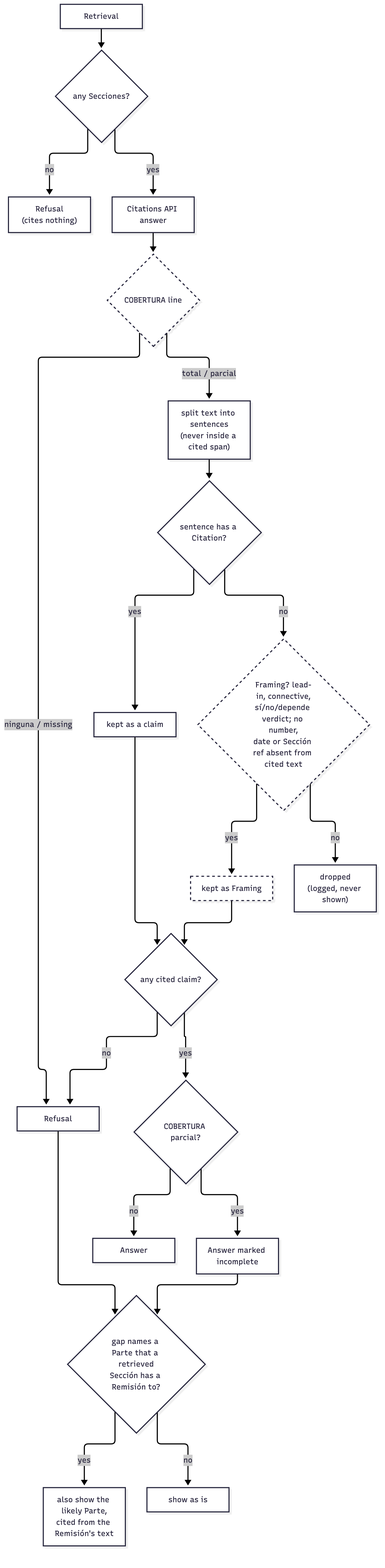
Before: docs/diagrams/grounding.png, a diagram exported from Mermaid (Guernik/raac-rag). Its source is kept beside it as docs/diagrams/grounding.mmd.
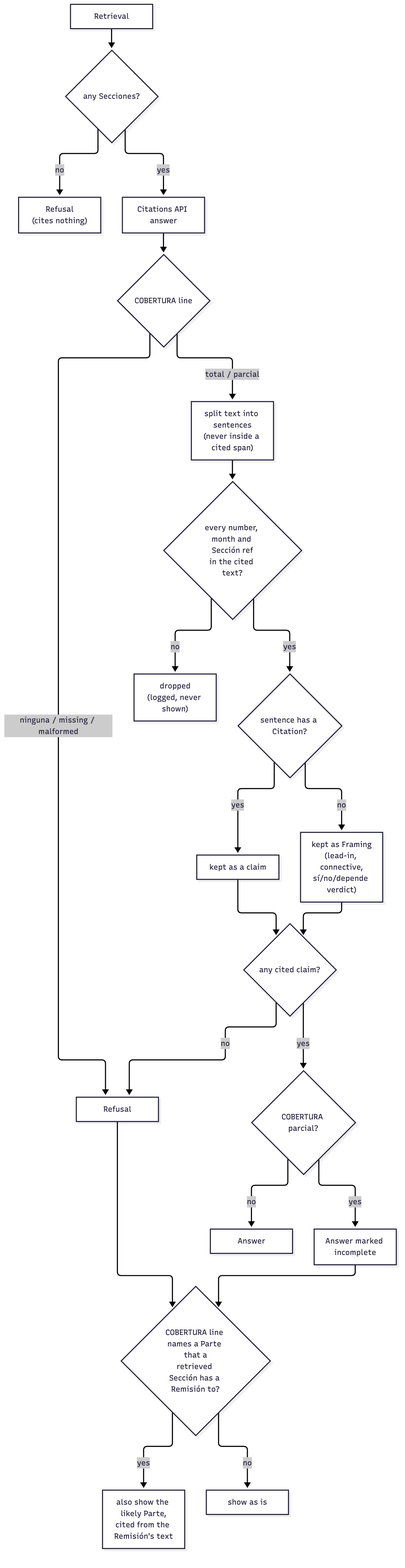
After the commit.

Commit message:
docs: diagrams show Framing, the coverage line and Answer layout

The edit, as a diff of the source:
```diff
@@ -3,23 +3,20 @@
     E -- no --> R1["Refusal<br/>(cites nothing)"]
     E -- yes --> M["Citations API answer"]
     M --> CV{"COBERTURA line"}
-    CV -- "ninguna / missing" --> R2["Refusal"]
+    CV -- "ninguna / missing / malformed" --> R2["Refusal"]
     CV -- "total / parcial" --> SP["split text into sentences<br/>(never inside a cited span)"]
-    SP --> Q{"sentence has a Citation?"}
+    SP --> NC{"every number, month and Sección ref<br/>in the cited text?"}
+    NC -- no --> D["dropped<br/>(logged, never shown)"]
+    NC -- yes --> Q{"sentence has a Citation?"}
     Q -- yes --> K["kept as a claim"]
-    Q -- no --> FR{"Framing? lead-in, connective,<br/>sí/no/depende verdict; no number,<br/>date or Sección ref absent from cited text"}
-    FR -- yes --> KF["kept as Framing"]
-    FR -- no --> D["dropped<br/>(logged, never shown)"]
+    Q -- no --> KF["kept as Framing<br/>(lead-in, connective,<br/>sí/no/depende verdict)"]
     K --> N{"any cited claim?"}
     KF --> N
     N -- no --> R2
     N -- yes --> G{"COBERTURA parcial?"}
     G -- no --> OK["Answer"]
     G -- yes --> INC["Answer marked incomplete"]
-    R2 --> LP{"gap names a Parte that a retrieved<br/>Sección has a Remisión to?"}
+    R2 --> LP{"COBERTURA line names a Parte that a<br/>retrieved Sección has a Remisión to?"}
     INC --> LP
     LP -- yes --> LPY["also show the likely Parte,<br/>cited from the Remisión's text"]
     LP -- no --> END["show as is"]
-
-    classDef planned stroke-dasharray: 5 5
-    class CV,FR,KF planned
```
